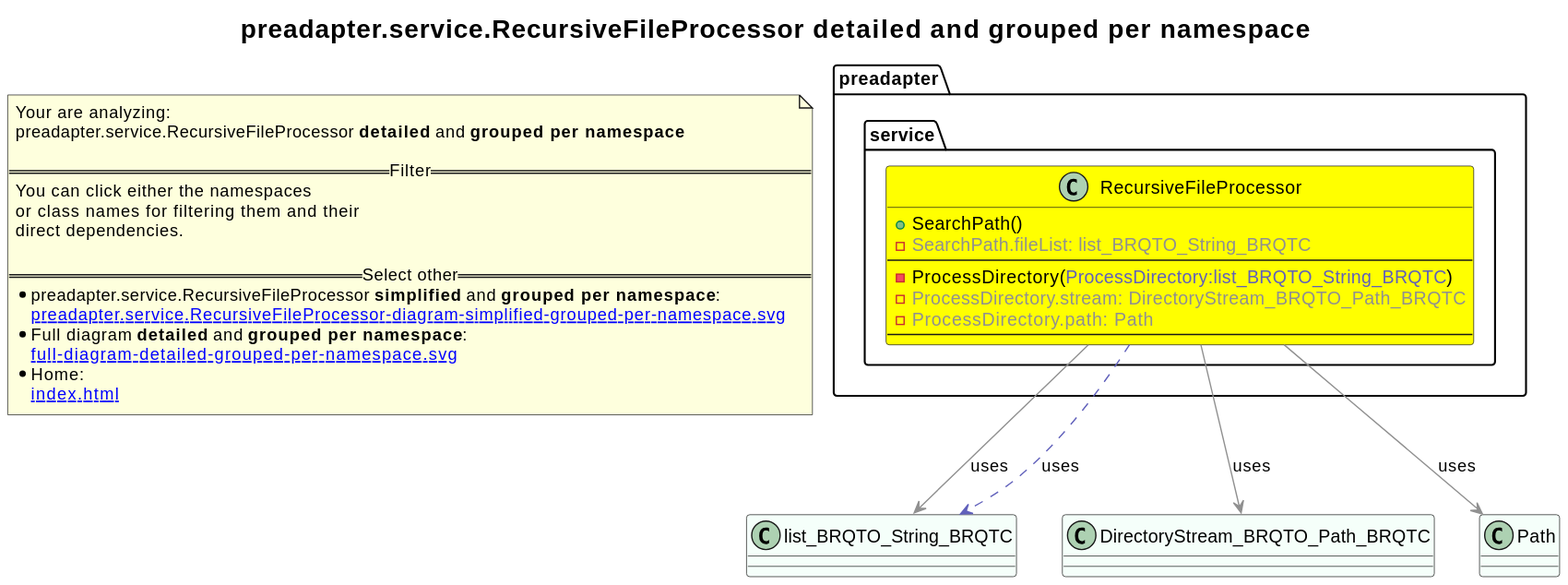
The PlantUML diagram revenger-java-adapter.out/preadapter.service.RecursiveFileProcessor-diagram-detailed-grouped-per-namespace.svg in 2BlackCoffees/revenger, before a commit. Its diagram source:
```plantuml
@startuml
title <size:20>preadapter.service.RecursiveFileProcessor **detailed** and **grouped per namespace**</size>
note "Your are analyzing:\npreadapter.service.RecursiveFileProcessor **detailed** and **grouped per namespace**\n\n==Filter==\nYou can click either the namespaces \nor class names for filtering them and their\ndirect dependencies.\n\n==Select other==\n* preadapter.service.RecursiveFileProcessor **simplified** and **grouped per namespace**:\n   [[preadapter.service.RecursiveFileProcessor-diagram-simplified-grouped-per-namespace.svg]]\n* Full diagram **detailed** and **grouped per namespace**:\n   [[full-diagram-detailed-grouped-per-namespace.svg]]\n* Home:\n   [[index.html]]" as FloatingNote
class list_BRQTO_String_BRQTC [[list_BRQTO_String_BRQTC-diagram-detailed-grouped-per-namespace.svg]] #MintCream {
}
class DirectoryStream_BRQTO_Path_BRQTC [[DirectoryStream_BRQTO_Path_BRQTC-diagram-detailed-grouped-per-namespace.svg]] #MintCream {
}
class Path [[Path-diagram-detailed-grouped-per-namespace.svg]] #MintCream {
}
namespace preadapter [[preadapter-diagram-detailed-grouped-per-namespace.svg]] {
namespace preadapter.service [[preadapter.service-diagram-detailed-grouped-per-namespace.svg]] {
  class preadapter.service.RecursiveFileProcessor [[preadapter.service.RecursiveFileProcessor-diagram-detailed-grouped-per-namespace.svg]] #yellow {
    + SearchPath(<font color="6060BB"></font>)
    - <font color="909090">SearchPath.fileList: list_BRQTO_String_BRQTC</font>
--
    - ProcessDirectory(<font color="6060BB">ProcessDirectory:list_BRQTO_String_BRQTC</font>)
    - <font color="909090">ProcessDirectory.stream: DirectoryStream_BRQTO_Path_BRQTC</font>
    - <font color="909090">ProcessDirectory.path: Path</font>
--
  }
}
}
preadapter.service.RecursiveFileProcessor -[#909090]-> list_BRQTO_String_BRQTC  : uses
preadapter.service.RecursiveFileProcessor .[#6060BB].> list_BRQTO_String_BRQTC  : uses
preadapter.service.RecursiveFileProcessor -[#909090]-> DirectoryStream_BRQTO_Path_BRQTC  : uses
preadapter.service.RecursiveFileProcessor -[#909090]-> Path  : uses
@enduml
```
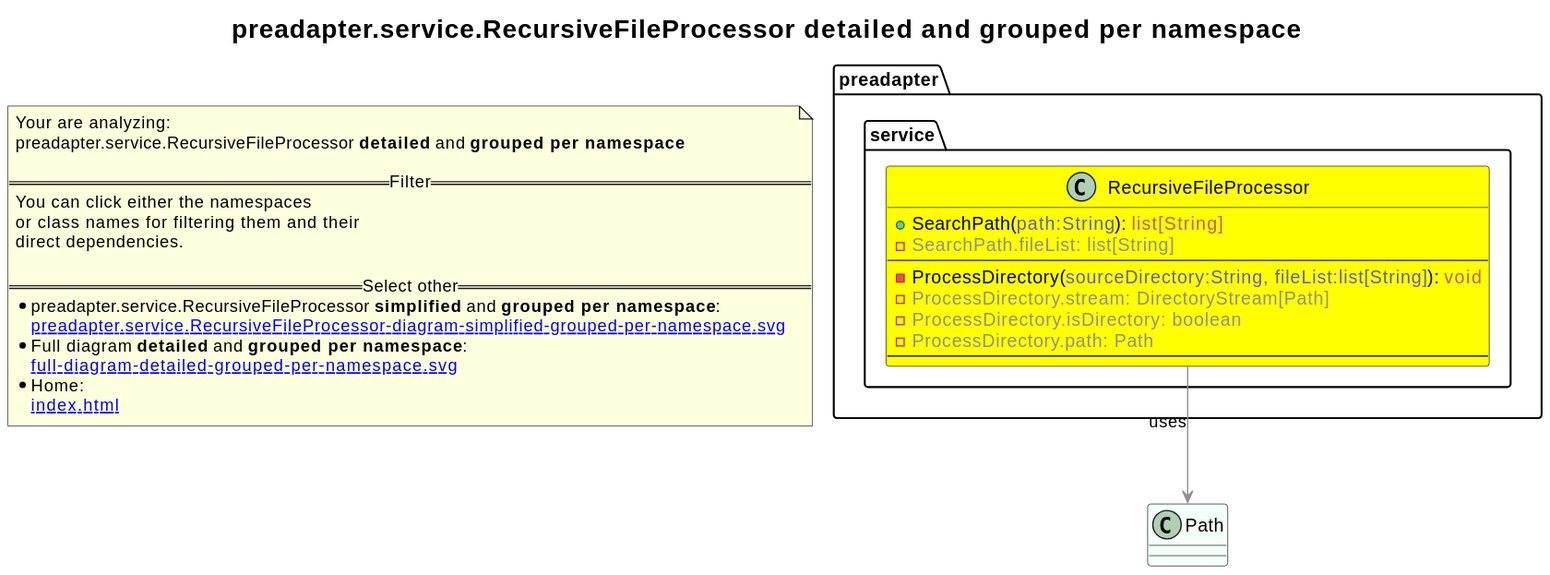
Above is the later version.

What changed in the source:
```diff
@@ -1,27 +1,22 @@
 @startuml
+skinparam linetype ortho
 title <size:20>preadapter.service.RecursiveFileProcessor **detailed** and **grouped per namespace**</size>
 note "Your are analyzing:\npreadapter.service.RecursiveFileProcessor **detailed** and **grouped per namespace**\n\n==Filter==\nYou can click either the namespaces \nor class names for filtering them and their\ndirect dependencies.\n\n==Select other==\n* preadapter.service.RecursiveFileProcessor **simplified** and **grouped per namespace**:\n   [[preadapter.service.RecursiveFileProcessor-diagram-simplified-grouped-per-namespace.svg]]\n* Full diagram **detailed** and **grouped per namespace**:\n   [[full-diagram-detailed-grouped-per-namespace.svg]]\n* Home:\n   [[index.html]]" as FloatingNote
-class list_BRQTO_String_BRQTC [[list_BRQTO_String_BRQTC-diagram-detailed-grouped-per-namespace.svg]] #MintCream {
-}
-class DirectoryStream_BRQTO_Path_BRQTC [[DirectoryStream_BRQTO_Path_BRQTC-diagram-detailed-grouped-per-namespace.svg]] #MintCream {
-}
 class Path [[Path-diagram-detailed-grouped-per-namespace.svg]] #MintCream {
 }
 namespace preadapter [[preadapter-diagram-detailed-grouped-per-namespace.svg]] {
 namespace preadapter.service [[preadapter.service-diagram-detailed-grouped-per-namespace.svg]] {
   class preadapter.service.RecursiveFileProcessor [[preadapter.service.RecursiveFileProcessor-diagram-detailed-grouped-per-namespace.svg]] #yellow {
-    + SearchPath(<font color="6060BB"></font>)
-    - <font color="909090">SearchPath.fileList: list_BRQTO_String_BRQTC</font>
+    + SearchPath(<font color="6060BB">path:String</font>): <font color="BB6060">list[String]</font>
+    - <font color="909090">SearchPath.fileList: list[String]</font>
 --
-    - ProcessDirectory(<font color="6060BB">ProcessDirectory:list_BRQTO_String_BRQTC</font>)
-    - <font color="909090">ProcessDirectory.stream: DirectoryStream_BRQTO_Path_BRQTC</font>
+    - ProcessDirectory(<font color="6060BB">sourceDirectory:String, fileList:list[String]</font>): <font color="BB6060">void</font>
+    - <font color="909090">ProcessDirectory.stream: DirectoryStream[Path]</font>
+    - <font color="909090">ProcessDirectory.isDirectory: boolean</font>
     - <font color="909090">ProcessDirectory.path: Path</font>
 --
   }
 }
 }
-preadapter.service.RecursiveFileProcessor -[#909090]-> list_BRQTO_String_BRQTC  : uses
-preadapter.service.RecursiveFileProcessor .[#6060BB].> list_BRQTO_String_BRQTC  : uses
-preadapter.service.RecursiveFileProcessor -[#909090]-> DirectoryStream_BRQTO_Path_BRQTC  : uses
 preadapter.service.RecursiveFileProcessor -[#909090]-> Path  : uses
 @enduml
```
